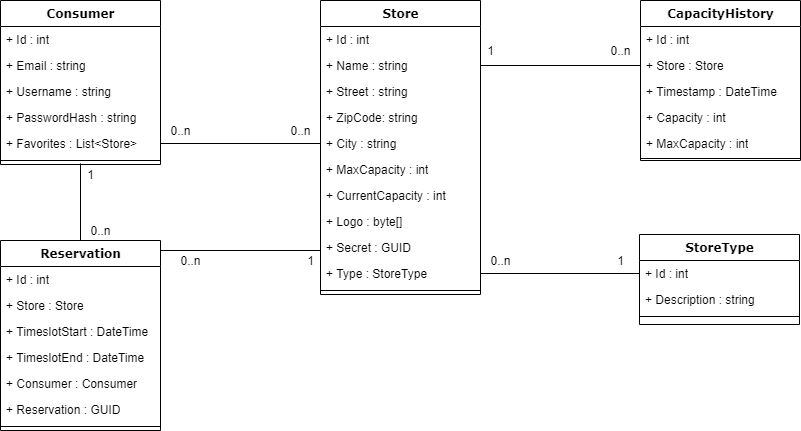
Above: images/domain-model.png in seinol/capwatch-documentation (draw.io), before the change. Source tidied: cells renumbered, new cells last; positions are measured from the earlier drawing's top-left corner, leaving out a move shared by most shapes.
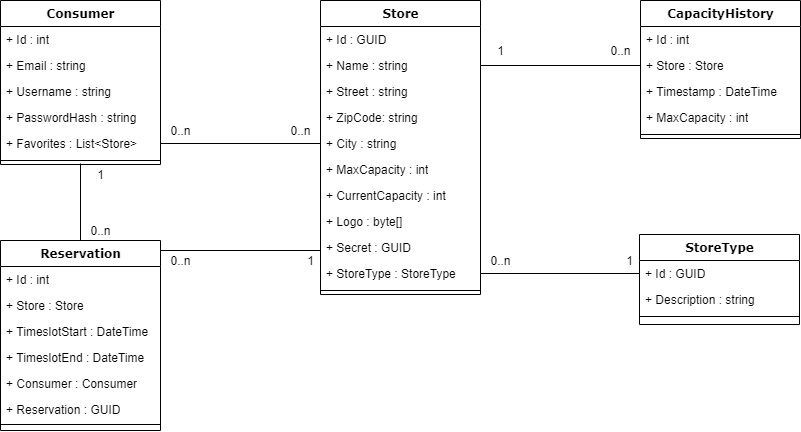
After the commit.

The edit, as a diff of the source:
```diff
@@ -5,7 +5,7 @@
     <mxCell id="2" value="Store" style="swimlane;html=1;fontStyle=1;align=center;verticalAlign=top;horizontal=1;startSize=26;swimlaneFillColor=#ffffff;rounded=0;shadow=0;comic=0;labelBackgroundColor=none;strokeWidth=1;fillColor=none;fontFamily=Verdana;fontSize=12;" parent="1" vertex="1">
       <mxGeometry x="320" width="160" height="294" as="geometry" />
     </mxCell>
-    <mxCell id="3" value="+ Id : int" style="text;html=1;strokeColor=none;fillColor=none;align=left;verticalAlign=top;spacingLeft=4;spacingRight=4;whiteSpace=wrap;overflow=hidden;" parent="2" vertex="1">
+    <mxCell id="3" value="+ Id : GUID" style="text;html=1;strokeColor=none;fillColor=none;align=left;verticalAlign=top;spacingLeft=4;spacingRight=4;whiteSpace=wrap;overflow=hidden;" parent="2" vertex="1">
       <mxGeometry y="26" width="160" height="26" as="geometry" />
     </mxCell>
     <mxCell id="4" value="+ Name : string" style="text;html=1;strokeColor=none;fillColor=none;align=left;verticalAlign=top;spacingLeft=4;spacingRight=4;whiteSpace=wrap;overflow=hidden;points=[[0,0.5],[1,0.5]];portConstraint=eastwest;" parent="2" vertex="1">
@@ -32,7 +32,7 @@
     <mxCell id="11" value="+ Secret : GUID" style="text;html=1;strokeColor=none;fillColor=none;align=left;verticalAlign=top;spacingLeft=4;spacingRight=4;whiteSpace=wrap;overflow=hidden;" parent="2" vertex="1">
       <mxGeometry y="234" width="160" height="26" as="geometry" />
     </mxCell>
-    <mxCell id="12" value="+ Type : StoreType" style="text;html=1;strokeColor=none;fillColor=none;align=left;verticalAlign=top;spacingLeft=4;spacingRight=4;whiteSpace=wrap;overflow=hidden;points=[[0,0.5],[1,0.5]];portConstraint=eastwest;" parent="2" vertex="1">
+    <mxCell id="12" value="+ StoreType : StoreType" style="text;html=1;strokeColor=none;fillColor=none;align=left;verticalAlign=top;spacingLeft=4;spacingRight=4;whiteSpace=wrap;overflow=hidden;points=[[0,0.5],[1,0.5]];portConstraint=eastwest;" parent="2" vertex="1">
       <mxGeometry y="260" width="160" height="26" as="geometry" />
     </mxCell>
     <mxCell id="13" style="line;html=1;strokeWidth=1;fillColor=none;align=left;verticalAlign=middle;spacingTop=-1;spacingLeft=3;spacingRight=3;labelPosition=right;" parent="2" vertex="1">
@@ -63,7 +63,7 @@
       <mxGeometry relative="1" as="geometry" />
     </mxCell>
     <mxCell id="22" value="CapacityHistory" style="swimlane;html=1;fontStyle=1;align=center;verticalAlign=top;horizontal=1;startSize=26;swimlaneFillColor=#ffffff;rounded=0;shadow=0;comic=0;labelBackgroundColor=none;strokeWidth=1;fillColor=none;fontFamily=Verdana;fontSize=12;" parent="1" vertex="1">
-      <mxGeometry x="640" width="160" height="160" as="geometry" />
+      <mxGeometry x="640" width="160" height="138" as="geometry" />
     </mxCell>
     <mxCell id="23" value="+ Id : int" style="text;html=1;strokeColor=none;fillColor=none;align=left;verticalAlign=top;spacingLeft=4;spacingRight=4;whiteSpace=wrap;overflow=hidden;" parent="22" vertex="1">
       <mxGeometry y="26" width="160" height="26" as="geometry" />
@@ -74,14 +74,11 @@
     <mxCell id="25" value="+ Timestamp : DateTime" style="text;html=1;strokeColor=none;fillColor=none;align=left;verticalAlign=top;spacingLeft=4;spacingRight=4;whiteSpace=wrap;overflow=hidden;" parent="22" vertex="1">
       <mxGeometry y="78" width="160" height="26" as="geometry" />
     </mxCell>
-    <mxCell id="26" value="+ Capacity : int" style="text;html=1;strokeColor=none;fillColor=none;align=left;verticalAlign=top;spacingLeft=4;spacingRight=4;whiteSpace=wrap;overflow=hidden;" parent="22" vertex="1">
+    <mxCell id="26" value="+ MaxCapacity : int" style="text;html=1;strokeColor=none;fillColor=none;align=left;verticalAlign=top;spacingLeft=4;spacingRight=4;whiteSpace=wrap;overflow=hidden;" parent="22" vertex="1">
       <mxGeometry y="104" width="160" height="26" as="geometry" />
     </mxCell>
-    <mxCell id="27" value="+ MaxCapacity : int" style="text;html=1;strokeColor=none;fillColor=none;align=left;verticalAlign=top;spacingLeft=4;spacingRight=4;whiteSpace=wrap;overflow=hidden;" parent="22" vertex="1">
-      <mxGeometry y="130" width="160" height="26" as="geometry" />
-    </mxCell>
     <mxCell id="28" style="line;html=1;strokeWidth=1;fillColor=none;align=left;verticalAlign=middle;spacingTop=-1;spacingLeft=3;spacingRight=3;labelPosition=right;" parent="22" vertex="1">
-      <mxGeometry y="156" width="160" height="4" as="geometry" />
+      <mxGeometry y="130" width="160" height="8" as="geometry" />
     </mxCell>
     <mxCell id="29" style="endArrow=none;html=1;exitX=0;exitY=0.5;exitDx=0;exitDy=0;entryX=1;entryY=0.5;entryDx=0;entryDy=0;startArrow=none;startFill=0;endFill=0;" parent="1" edge="1" source="24" target="4">
       <mxGeometry relative="1" as="geometry" />
@@ -107,9 +104,6 @@
     <mxCell id="36" value="+ Reservation : GUID" style="text;html=1;strokeColor=none;fillColor=none;align=left;verticalAlign=top;spacingLeft=4;spacingRight=4;whiteSpace=wrap;overflow=hidden;" parent="30" vertex="1">
       <mxGeometry y="156" width="160" height="26" as="geometry" />
     </mxCell>
-    <mxCell id="37" style="line;html=1;strokeWidth=1;fillColor=none;align=left;verticalAlign=middle;spacingTop=-1;spacingLeft=3;spacingRight=3;labelPosition=right;" parent="30" vertex="1">
-      <mxGeometry y="182" width="160" height="8" as="geometry" />
-    </mxCell>
     <mxCell id="38" style="endArrow=none;html=1;exitX=1;exitY=0.5;exitDx=0;exitDy=0;entryX=0;entryY=0.5;entryDx=0;entryDy=0;endFill=0;startArrow=none;startFill=0;" parent="1" edge="1">
       <mxGeometry relative="1" as="geometry">
         <mxPoint x="160" y="250" as="sourcePoint" />
@@ -122,7 +116,7 @@
     <mxCell id="40" value="StoreType" style="swimlane;html=1;fontStyle=1;align=center;verticalAlign=top;horizontal=1;startSize=26;swimlaneFillColor=#ffffff;rounded=0;shadow=0;comic=0;labelBackgroundColor=none;strokeWidth=1;fillColor=none;fontFamily=Verdana;fontSize=12;" parent="1" vertex="1">
       <mxGeometry x="639" y="234" width="160" height="90" as="geometry" />
     </mxCell>
-    <mxCell id="41" value="+ Id : int" style="text;html=1;strokeColor=none;fillColor=none;align=left;verticalAlign=top;spacingLeft=4;spacingRight=4;whiteSpace=wrap;overflow=hidden;points=[[0,0.5],[1,0.5]];portConstraint=eastwest;" parent="40" vertex="1">
+    <mxCell id="41" value="+ Id : GUID" style="text;html=1;strokeColor=none;fillColor=none;align=left;verticalAlign=top;spacingLeft=4;spacingRight=4;whiteSpace=wrap;overflow=hidden;points=[[0,0.5],[1,0.5]];portConstraint=eastwest;" parent="40" vertex="1">
       <mxGeometry y="26" width="160" height="26" as="geometry" />
     </mxCell>
     <mxCell id="42" value="+ Description : string" style="text;html=1;strokeColor=none;fillColor=none;align=left;verticalAlign=top;spacingLeft=4;spacingRight=4;whiteSpace=wrap;overflow=hidden;" parent="40" vertex="1">
@@ -134,35 +128,38 @@
     <mxCell id="44" style="endArrow=none;html=1;exitX=0;exitY=0.5;exitDx=0;exitDy=0;entryX=1;entryY=0.5;entryDx=0;entryDy=0;startArrow=none;startFill=0;endFill=0;" parent="1" edge="1" source="41" target="12">
       <mxGeometry relative="1" as="geometry" />
     </mxCell>
-    <mxCell id="45" value="1" style="text;html=1;align=center;verticalAlign=middle;" parent="1" vertex="1">
-      <mxGeometry x="80" y="164" width="20" height="20" as="geometry" />
-    </mxCell>
-    <mxCell id="46" value="0..n" style="text;html=1;align=center;verticalAlign=middle;" parent="1" vertex="1">
-      <mxGeometry x="80" y="220" width="40" height="20" as="geometry" />
-    </mxCell>
-    <mxCell id="47" value="0..n" style="text;html=1;align=center;verticalAlign=middle;" parent="1" vertex="1">
-      <mxGeometry x="160" y="120" width="40" height="20" as="geometry" />
-    </mxCell>
-    <mxCell id="48" value="0..n" style="text;html=1;align=center;verticalAlign=middle;" parent="1" vertex="1">
-      <mxGeometry x="280" y="120" width="40" height="20" as="geometry" />
-    </mxCell>
-    <mxCell id="49" value="0..n" style="text;html=1;align=center;verticalAlign=middle;" parent="1" vertex="1">
-      <mxGeometry x="170" y="250" width="40" height="20" as="geometry" />
-    </mxCell>
-    <mxCell id="50" value="1" style="text;html=1;align=center;verticalAlign=middle;" parent="1" vertex="1">
-      <mxGeometry x="300" y="250" width="20" height="20" as="geometry" />
-    </mxCell>
-    <mxCell id="51" value="0..n" style="text;html=1;align=center;verticalAlign=middle;" parent="1" vertex="1">
-      <mxGeometry x="600" y="40" width="40" height="20" as="geometry" />
-    </mxCell>
-    <mxCell id="52" value="1" style="text;html=1;align=center;verticalAlign=middle;" parent="1" vertex="1">
-      <mxGeometry x="480" y="40" width="20" height="20" as="geometry" />
-    </mxCell>
-    <mxCell id="53" value="1" style="text;html=1;align=center;verticalAlign=middle;" parent="1" vertex="1">
-      <mxGeometry x="610" y="250" width="20" height="20" as="geometry" />
-    </mxCell>
-    <mxCell id="54" value="0..n" style="text;html=1;align=center;verticalAlign=middle;" parent="1" vertex="1">
-      <mxGeometry x="480" y="250" width="40" height="20" as="geometry" />
-    </mxCell>
+    <mxCell id="37" style="line;html=1;strokeWidth=1;fillColor=none;align=left;verticalAlign=middle;spacingTop=-1;spacingLeft=3;spacingRight=3;labelPosition=right;" parent="1" vertex="1">
+      <mxGeometry y="420" width="160" height="8" as="geometry" />
+    </mxCell>
+    <mxCell id="55" value="0..n" style="text;html=1;align=center;verticalAlign=middle;strokeColor=none;" parent="1" vertex="1">
+      <mxGeometry x="160" y="120" width="40" height="20" as="geometry" />
+    </mxCell>
+    <mxCell id="56" value="0..n" style="text;html=1;align=center;verticalAlign=middle;strokeColor=none;" parent="1" vertex="1">
+      <mxGeometry x="280" y="120" width="40" height="20" as="geometry" />
+    </mxCell>
+    <mxCell id="57" value="0..n" style="text;html=1;align=center;verticalAlign=middle;strokeColor=none;" parent="1" vertex="1">
+      <mxGeometry x="80" y="220" width="40" height="20" as="geometry" />
+    </mxCell>
+    <mxCell id="58" value="0..n" style="text;html=1;align=center;verticalAlign=middle;strokeColor=none;" parent="1" vertex="1">
+      <mxGeometry x="160" y="250" width="40" height="20" as="geometry" />
+    </mxCell>
+    <mxCell id="59" value="0..n" style="text;html=1;align=center;verticalAlign=middle;strokeColor=none;" parent="1" vertex="1">
+      <mxGeometry x="480" y="250" width="40" height="20" as="geometry" />
+    </mxCell>
+    <mxCell id="60" value="0..n" style="text;html=1;align=center;verticalAlign=middle;strokeColor=none;" parent="1" vertex="1">
+      <mxGeometry x="600" y="40" width="40" height="20" as="geometry" />
+    </mxCell>
+    <mxCell id="61" value="1" style="text;html=1;align=center;verticalAlign=middle;strokeColor=none;" parent="1" vertex="1">
+      <mxGeometry x="490" y="40" width="20" height="20" as="geometry" />
+    </mxCell>
+    <mxCell id="62" value="1" style="text;html=1;align=center;verticalAlign=middle;strokeColor=none;" parent="1" vertex="1">
+      <mxGeometry x="619" y="250" width="20" height="20" as="geometry" />
+    </mxCell>
+    <mxCell id="63" value="1" style="text;html=1;align=center;verticalAlign=middle;strokeColor=none;" parent="1" vertex="1">
+      <mxGeometry x="300" y="250" width="20" height="20" as="geometry" />
+    </mxCell>
+    <mxCell id="64" value="1" style="text;html=1;align=center;verticalAlign=middle;strokeColor=none;" parent="1" vertex="1">
+      <mxGeometry x="90" y="164" width="20" height="20" as="geometry" />
+    </mxCell>
   </root>
 </mxGraphModel>
```
